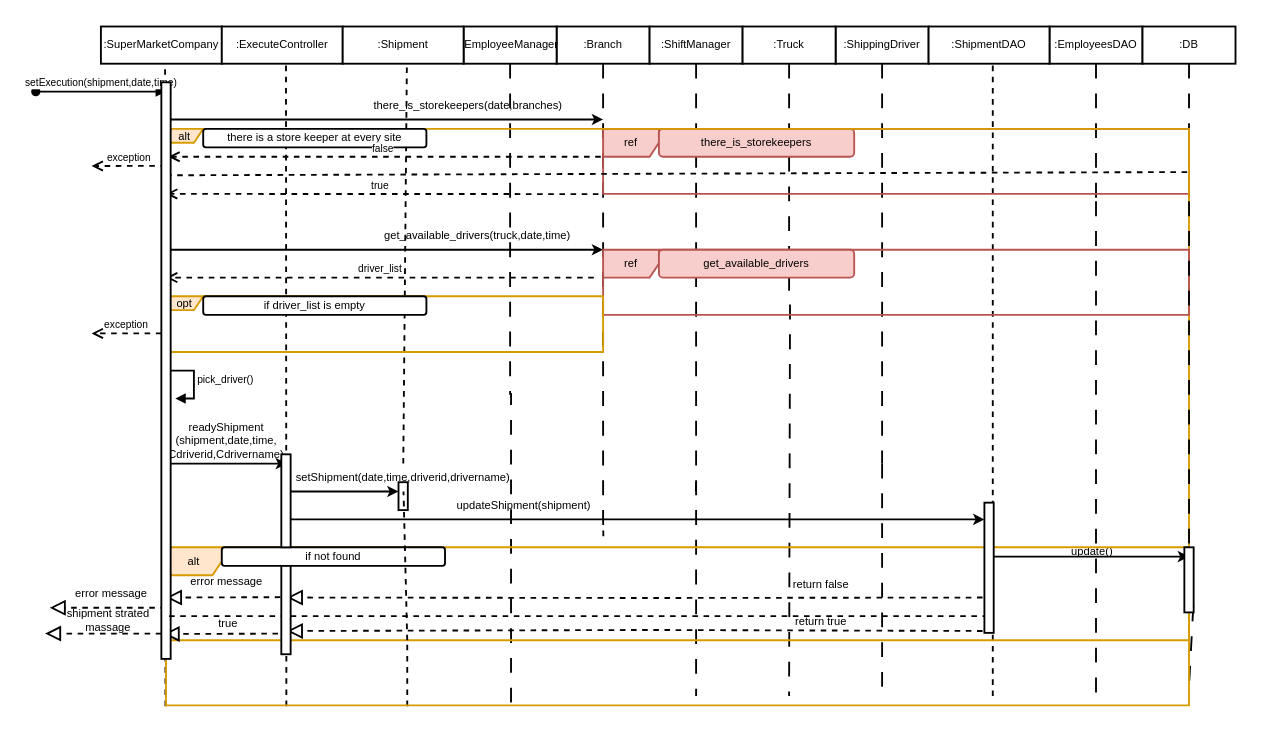
This is SetExecution-sequene.drawio from omerad1/drw, a draw.io file, before an edit. Source tidied: cells renumbered, new cells numbered last; positions are measured from the earlier drawing's top-left corner, leaving out a move shared by most shapes. Both pictures are drawn from the tidied source at 93%, with x=0, y=0 at pixel (35, 26).
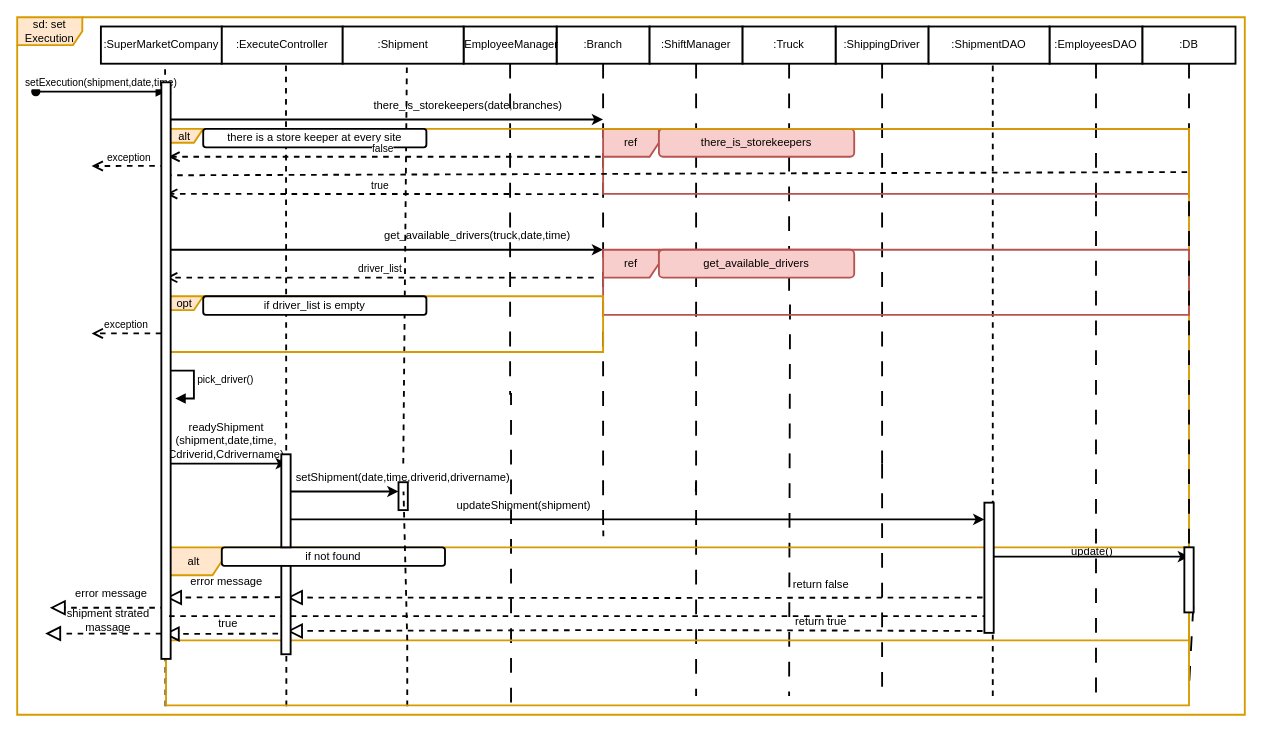
Above is the later version.

The edit, as a diff of the source:
```diff
@@
+    <mxCell id="87" value="sd: set Execution" style="shape=umlFrame;whiteSpace=wrap;html=1;fontStyle=0;strokeWidth=2;fillColor=#ffe6cc;strokeColor=#d79b00;width=70;height=30;" parent="1" vertex="1">
+      <mxGeometry x="-20" y="-10" width="1320" height="750" as="geometry" />
+    </mxCell>
```
